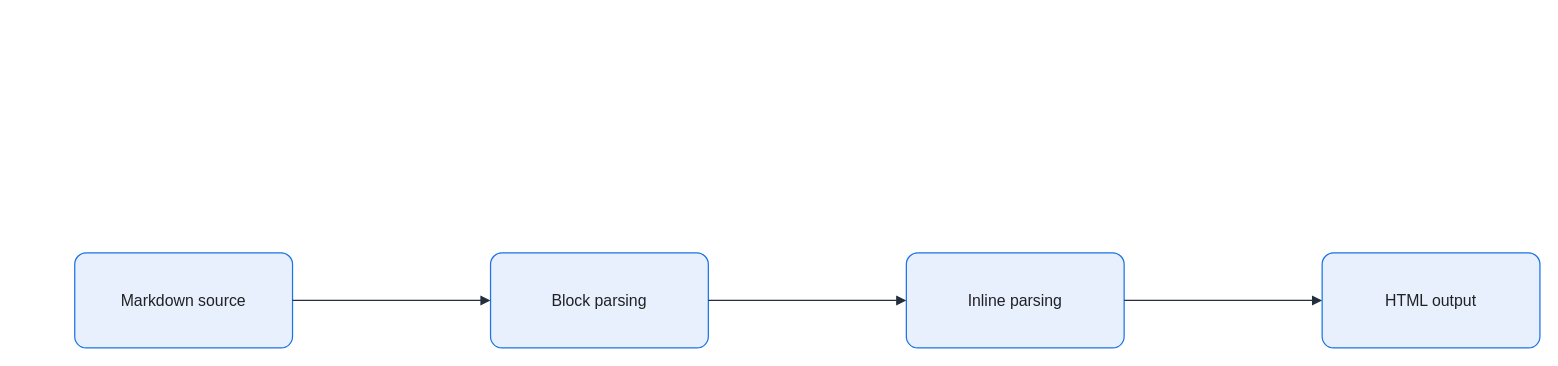
KKamJi98/kkamji98.github.io keeps this draw.io diagram as assets/img/markdown/markdown-rendering-flow.drawio. Above is the earlier version. Source tidied: cells renumbered, new cells numbered last; positions are measured from the earlier drawing's top-left corner, leaving out a move shared by most shapes. Both pictures are drawn from the tidied source at 99%, with x=0, y=0 at pixel (74, 252).
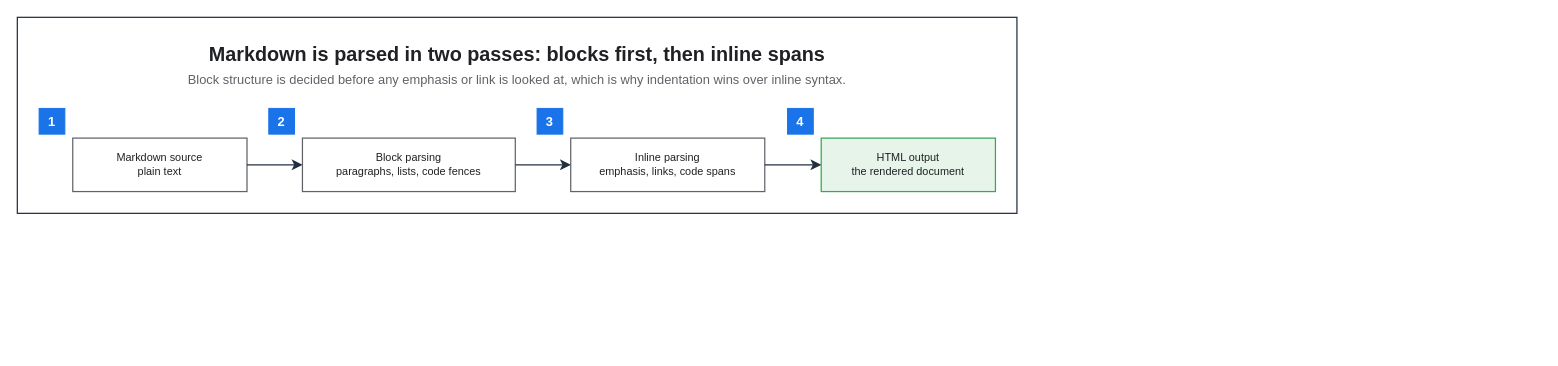
Above is the later version.

What changed in the source:
```diff
@@
 <mxGraphModel background="#FFFFFF">
   <root>
     <mxCell id="0" />
     <mxCell id="1" parent="0" />
-    <mxCell id="2" value="Markdown source" style="rounded=1;arcSize=12;whiteSpace=wrap;html=0;fillColor=#E8F0FE;strokeColor=#1A73E8;strokeWidth=1.25;fontColor=#202124;fontSize=16;align=center;verticalAlign=middle;spacing=8;shadow=0;" parent="1" vertex="1">
-      <mxGeometry width="220" height="96" as="geometry" />
-    </mxCell>
-    <mxCell id="3" value="Block parsing" style="rounded=1;arcSize=12;whiteSpace=wrap;html=0;fillColor=#E8F0FE;strokeColor=#1A73E8;strokeWidth=1.25;fontColor=#202124;fontSize=16;align=center;verticalAlign=middle;spacing=8;shadow=0;" parent="1" vertex="1">
-      <mxGeometry x="420" width="220" height="96" as="geometry" />
-    </mxCell>
-    <mxCell id="4" value="Inline parsing" style="rounded=1;arcSize=12;whiteSpace=wrap;html=0;fillColor=#E8F0FE;strokeColor=#1A73E8;strokeWidth=1.25;fontColor=#202124;fontSize=16;align=center;verticalAlign=middle;spacing=8;shadow=0;" parent="1" vertex="1">
-      <mxGeometry x="840" width="220" height="96" as="geometry" />
-    </mxCell>
-    <mxCell id="5" value="HTML output" style="rounded=1;arcSize=12;whiteSpace=wrap;html=0;fillColor=#E8F0FE;strokeColor=#1A73E8;strokeWidth=1.25;fontColor=#202124;fontSize=16;align=center;verticalAlign=middle;spacing=8;shadow=0;" parent="1" vertex="1">
-      <mxGeometry x="1260" width="220" height="96" as="geometry" />
-    </mxCell>
-    <mxCell id="6" style="edgeStyle=orthogonalEdgeStyle;rounded=0;jettySize=auto;html=0;endArrow=block;endFill=1;strokeColor=#232F3E;strokeWidth=1.25;fontColor=#202124;labelBackgroundColor=none;exitX=1;exitY=0.5;exitDx=0;exitDy=0;entryX=0;entryY=0.5;entryDx=0;entryDy=0;endSize=7;" parent="1" edge="1" source="2" target="3">
-      <mxGeometry relative="1" as="geometry" />
-    </mxCell>
-    <mxCell id="7" style="edgeStyle=orthogonalEdgeStyle;rounded=0;jettySize=auto;html=0;endArrow=block;endFill=1;strokeColor=#232F3E;strokeWidth=1.25;fontColor=#202124;labelBackgroundColor=none;exitX=1;exitY=0.5;exitDx=0;exitDy=0;entryX=0;entryY=0.5;entryDx=0;entryDy=0;endSize=7;" parent="1" edge="1" source="3" target="4">
-      <mxGeometry relative="1" as="geometry" />
-    </mxCell>
-    <mxCell id="8" style="edgeStyle=orthogonalEdgeStyle;rounded=0;jettySize=auto;html=0;endArrow=block;endFill=1;strokeColor=#232F3E;strokeWidth=1.25;fontColor=#202124;labelBackgroundColor=none;exitX=1;exitY=0.5;exitDx=0;exitDy=0;entryX=0;entryY=0.5;entryDx=0;entryDy=0;endSize=7;" parent="1" edge="1" source="4" target="5">
-      <mxGeometry relative="1" as="geometry" />
-    </mxCell>
+    <mxCell id="9" style="rounded=0;html=0;fillColor=none;strokeColor=#232F3E;fontColor=#202124;strokeWidth=1.25;" parent="1" vertex="1">
+      <mxGeometry x="-58" y="-238" width="1009.7" height="198" as="geometry" />
+    </mxCell>
+    <mxCell id="10" value="Markdown is parsed in two passes: blocks first, then inline spans" style="text;html=0;whiteSpace=wrap;fillColor=none;strokeColor=none;fontColor=#202124;fontSize=20;fontStyle=1;align=center;verticalAlign=middle;" parent="1" vertex="1">
+      <mxGeometry x="-36" y="-216" width="965.7" height="30" as="geometry" />
+    </mxCell>
+    <mxCell id="11" value="Block structure is decided before any emphasis or link is looked at, which is why indentation wins over inline syntax." style="text;html=0;whiteSpace=wrap;fillColor=none;strokeColor=none;fontColor=#5F6368;fontSize=13;fontStyle=0;align=center;verticalAlign=middle;" parent="1" vertex="1">
+      <mxGeometry x="-36" y="-186" width="965.7" height="22" as="geometry" />
+    </mxCell>
+    <mxCell id="12" value="Markdown source&#10;plain text" style="rounded=0;whiteSpace=wrap;html=0;fillColor=#FFFFFF;strokeColor=#5F6368;fontColor=#202124;fontSize=11;fontStyle=0;align=center;verticalAlign=middle;spacingLeft=6;spacingRight=6;strokeWidth=1.25;" parent="1" vertex="1">
+      <mxGeometry x="-2" y="-116" width="176" height="54" as="geometry" />
+    </mxCell>
+    <mxCell id="13" value="Block parsing&#10;paragraphs, lists, code fences" style="rounded=0;whiteSpace=wrap;html=0;fillColor=#FFFFFF;strokeColor=#5F6368;fontColor=#202124;fontSize=11;fontStyle=0;align=center;verticalAlign=middle;spacingLeft=6;spacingRight=6;strokeWidth=1.25;" parent="1" vertex="1">
+      <mxGeometry x="230" y="-116" width="215" height="54" as="geometry" />
+    </mxCell>
+    <mxCell id="14" value="Inline parsing&#10;emphasis, links, code spans" style="rounded=0;whiteSpace=wrap;html=0;fillColor=#FFFFFF;strokeColor=#5F6368;fontColor=#202124;fontSize=11;fontStyle=0;align=center;verticalAlign=middle;spacingLeft=6;spacingRight=6;strokeWidth=1.25;" parent="1" vertex="1">
+      <mxGeometry x="501" y="-116" width="196" height="54" as="geometry" />
+    </mxCell>
+    <mxCell id="15" value="HTML output&#10;the rendered document" style="rounded=0;whiteSpace=wrap;html=0;fillColor=#E6F4EA;strokeColor=#34A853;fontColor=#202124;fontSize=11;fontStyle=0;align=center;verticalAlign=middle;spacingLeft=6;spacingRight=6;strokeWidth=1.25;" parent="1" vertex="1">
+      <mxGeometry x="754" y="-116" width="176" height="54" as="geometry" />
+    </mxCell>
+    <mxCell id="16" value="1" style="rounded=0;whiteSpace=wrap;html=0;fillColor=#1A73E8;strokeColor=#1A73E8;fontColor=#FFFFFF;fontSize=13;fontStyle=1;align=center;verticalAlign=middle;" parent="1" vertex="1">
+      <mxGeometry x="-36" y="-146" width="26" height="26" as="geometry" />
+    </mxCell>
+    <mxCell id="17" value="2" style="rounded=0;whiteSpace=wrap;html=0;fillColor=#1A73E8;strokeColor=#1A73E8;fontColor=#FFFFFF;fontSize=13;fontStyle=1;align=center;verticalAlign=middle;" parent="1" vertex="1">
+      <mxGeometry x="196" y="-146" width="26" height="26" as="geometry" />
+    </mxCell>
+    <mxCell id="18" value="3" style="rounded=0;whiteSpace=wrap;html=0;fillColor=#1A73E8;strokeColor=#1A73E8;fontColor=#FFFFFF;fontSize=13;fontStyle=1;align=center;verticalAlign=middle;" parent="1" vertex="1">
+      <mxGeometry x="467" y="-146" width="26" height="26" as="geometry" />
+    </mxCell>
+    <mxCell id="19" value="4" style="rounded=0;whiteSpace=wrap;html=0;fillColor=#1A73E8;strokeColor=#1A73E8;fontColor=#FFFFFF;fontSize=13;fontStyle=1;align=center;verticalAlign=middle;" parent="1" vertex="1">
+      <mxGeometry x="720" y="-146" width="26" height="26" as="geometry" />
+    </mxCell>
+    <mxCell id="20" style="edgeStyle=orthogonalEdgeStyle;rounded=0;html=0;strokeColor=#232F3E;strokeWidth=1.25;endArrow=classic;endFill=1;endSize=7;fontSize=11;fontColor=#202124;labelBackgroundColor=none;jettySize=14;exitX=1;exitY=0.5;entryX=0;entryY=0.5;exitDx=0;exitDy=0;entryDx=0;entryDy=0;" parent="1" edge="1" source="12" target="13">
+      <mxGeometry relative="1" as="geometry" />
+    </mxCell>
+    <mxCell id="21" style="edgeStyle=orthogonalEdgeStyle;rounded=0;html=0;strokeColor=#232F3E;strokeWidth=1.25;endArrow=classic;endFill=1;endSize=7;fontSize=11;fontColor=#202124;labelBackgroundColor=none;jettySize=14;exitX=1;exitY=0.5;entryX=0;entryY=0.5;exitDx=0;exitDy=0;entryDx=0;entryDy=0;" parent="1" edge="1" source="13" target="14">
+      <mxGeometry relative="1" as="geometry" />
+    </mxCell>
+    <mxCell id="22" style="edgeStyle=orthogonalEdgeStyle;rounded=0;html=0;strokeColor=#232F3E;strokeWidth=1.25;endArrow=classic;endFill=1;endSize=7;fontSize=11;fontColor=#202124;labelBackgroundColor=none;jettySize=14;exitX=1;exitY=0.5;entryX=0;entryY=0.5;exitDx=0;exitDy=0;entryDx=0;entryDy=0;" parent="1" edge="1" source="14" target="15">
+      <mxGeometry relative="1" as="geometry" />
+    </mxCell>
   </root>
 </mxGraphModel>
```
